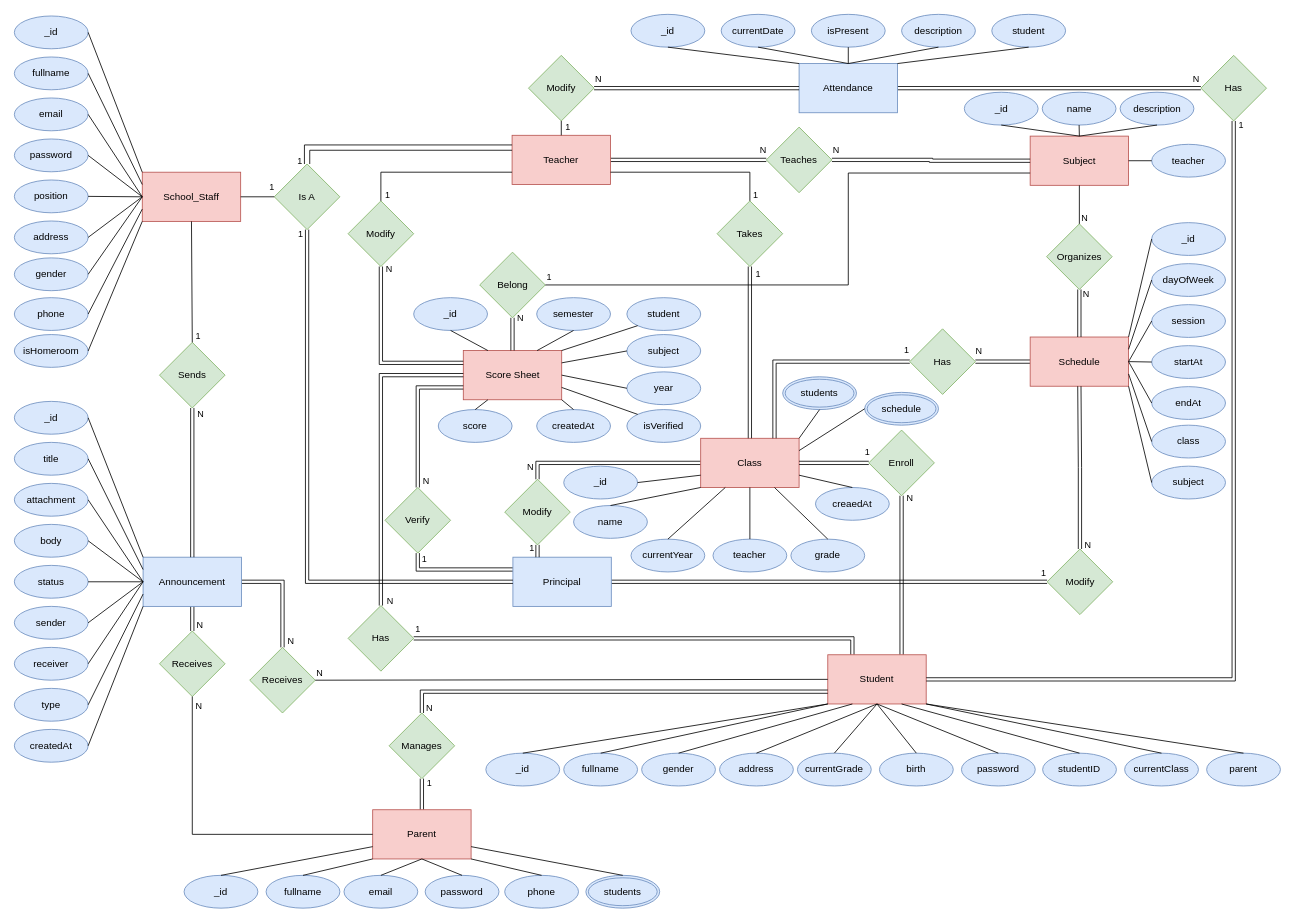
This is client/src/public/diagrams/ERDiagram.drawio from it-TranKhaiHoang/soa-final-project, a draw.io file, before an edit. Source tidied: cells renumbered, new cells numbered last; positions are measured from the earlier drawing's top-left corner, leaving out a move shared by most shapes. Both pictures are drawn from the tidied source at 82%, with x=0, y=0 at pixel (14, 14).
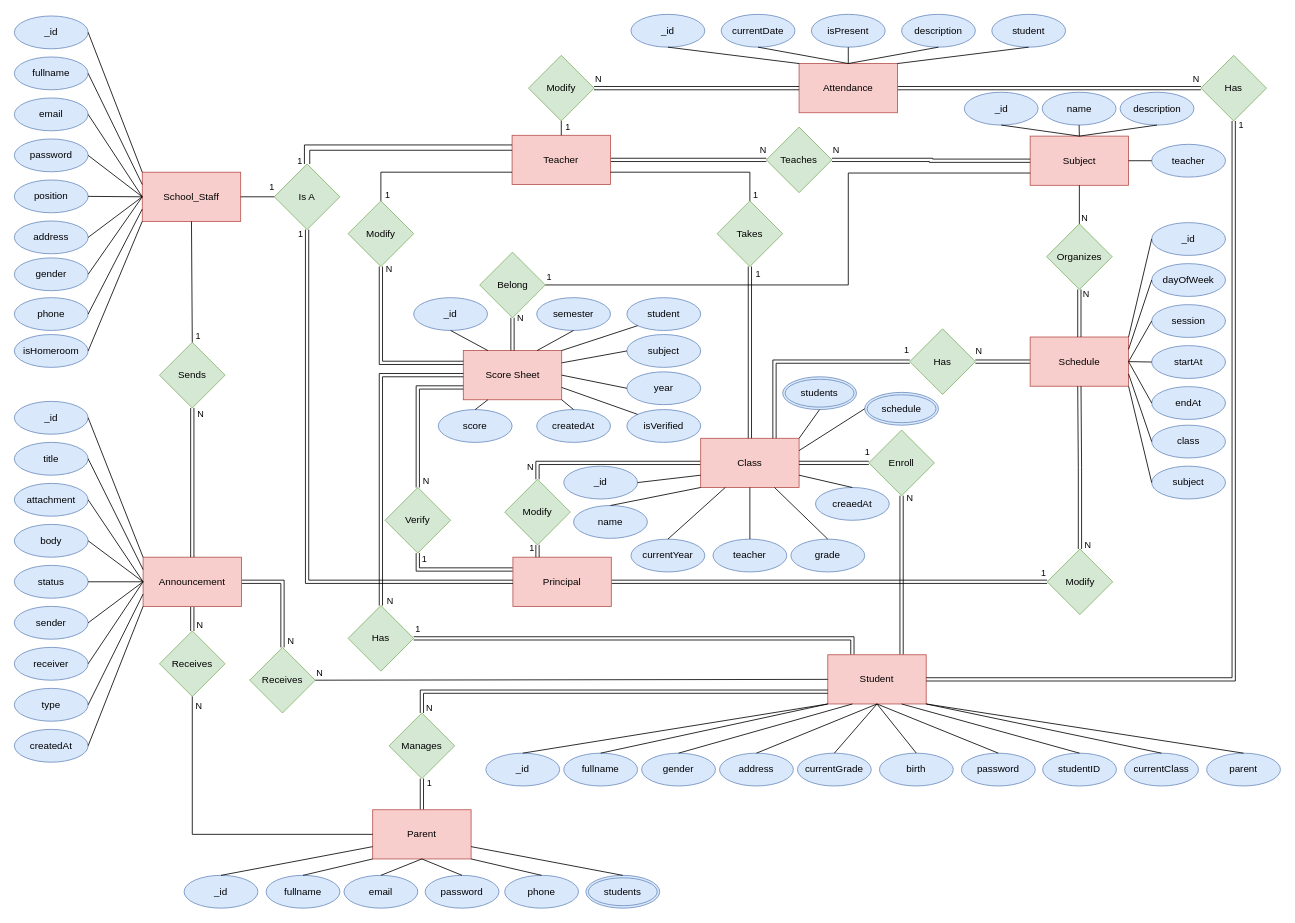
The same page after the edit.

Change to the diagram source:
```diff
@@
-    <mxCell id="9" value="Principal" style="rounded=0;whiteSpace=wrap;html=1;fillColor=#dae8fc;strokeColor=#6c8ebf;" parent="1" vertex="1">
+    <mxCell id="9" value="Principal" style="rounded=0;whiteSpace=wrap;html=1;fillColor=#f8cecc;strokeColor=#b85450;" parent="1" vertex="1">
       <mxGeometry x="608" y="662" width="120" height="60" as="geometry" />
     </mxCell>
@@
-    <mxCell id="21" value="Attendance" style="rounded=0;whiteSpace=wrap;html=1;fillColor=#dae8fc;strokeColor=#6c8ebf;" parent="1" vertex="1">
+    <mxCell id="21" value="Attendance" style="rounded=0;whiteSpace=wrap;html=1;fillColor=#f8cecc;strokeColor=#b85450;" parent="1" vertex="1">
       <mxGeometry x="957" y="60" width="120" height="60" as="geometry" />
     </mxCell>
@@
-    <mxCell id="26" value="Announcement" style="rounded=0;whiteSpace=wrap;html=1;fillColor=#dae8fc;strokeColor=#6c8ebf;" parent="1" vertex="1">
+    <mxCell id="26" value="Announcement" style="rounded=0;whiteSpace=wrap;html=1;fillColor=#f8cecc;strokeColor=#b85450;" parent="1" vertex="1">
       <mxGeometry x="157" y="662" width="120" height="60" as="geometry" />
     </mxCell>
```
